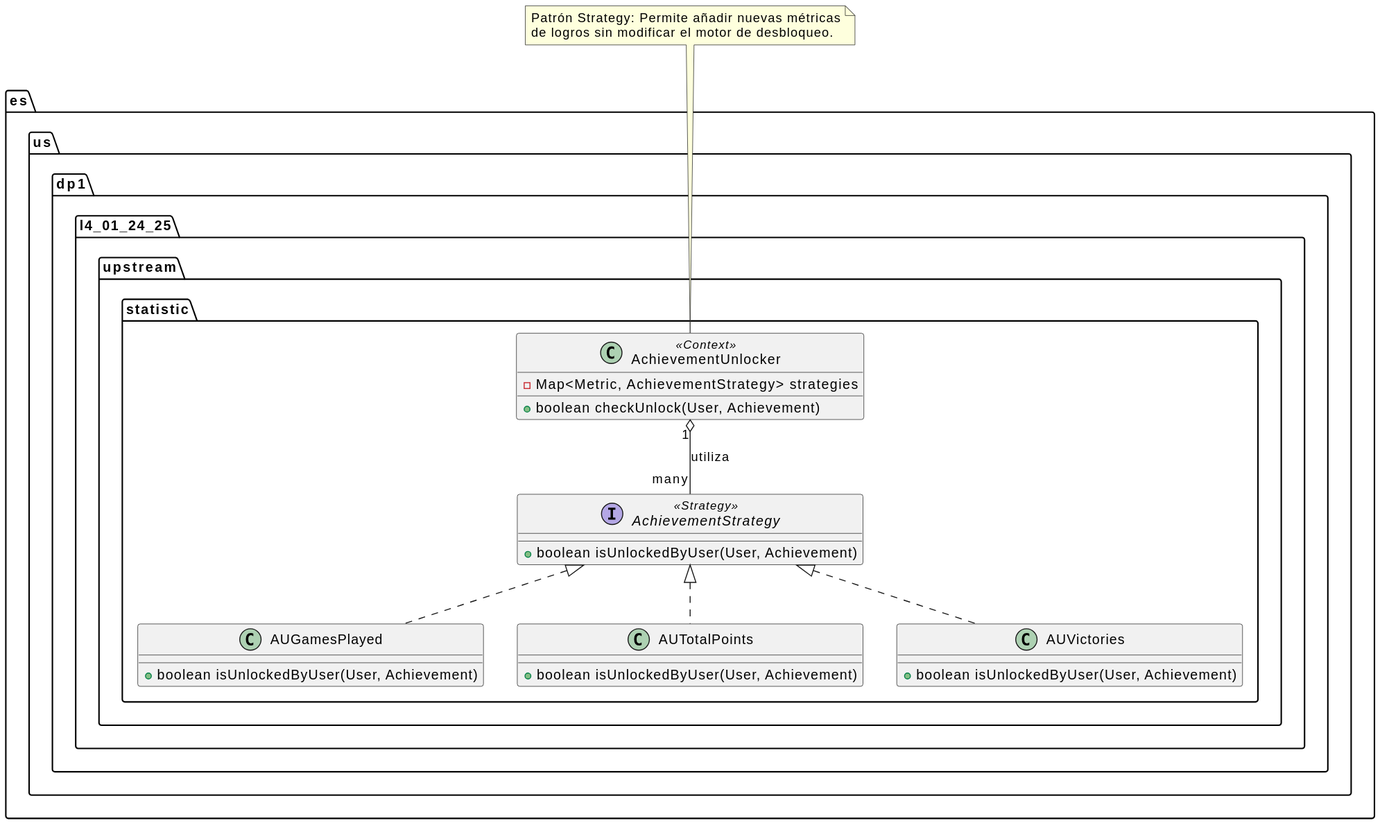
Earlier version of the PlantUML export docs/design-TFG/diagrams/10_Clase_estrategia_desbloqueo_logros.svg (Ignacio0407/Upstream-Board-Game).
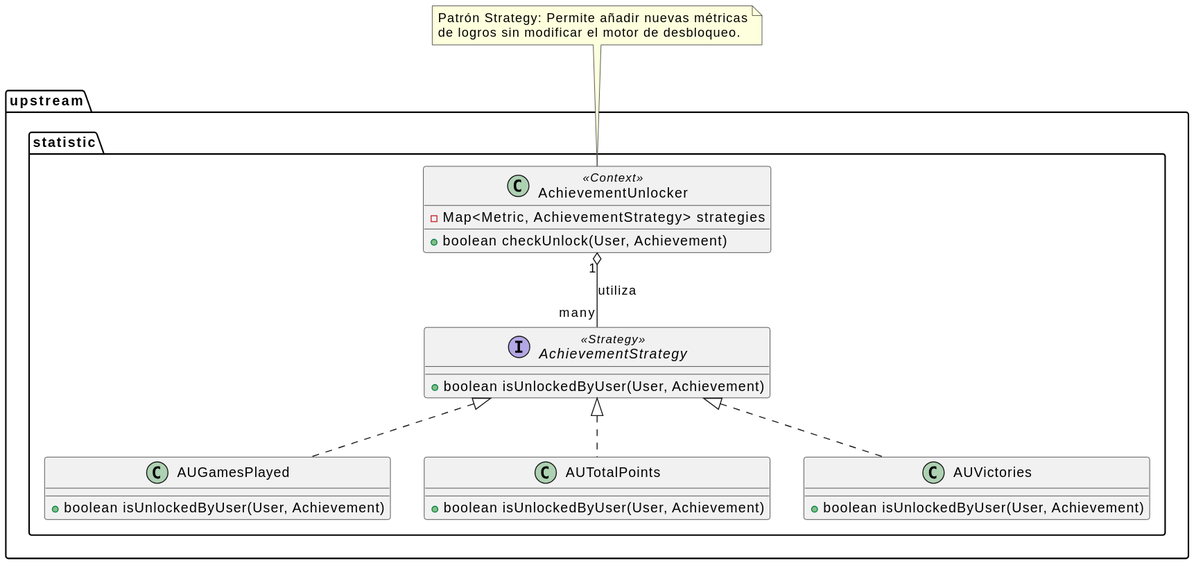
Above is the later version.

The edit, as a diff of the source:
```diff
@@ -1,5 +1,5 @@
 @startuml
-package "es.us.dp1.l4_01_24_25.upstream.statistic" {
+package "upstream.statistic" {
 
     interface AchievementStrategy <<Strategy>> {
         + boolean isUnlockedByUser(User, Achievement)
```
